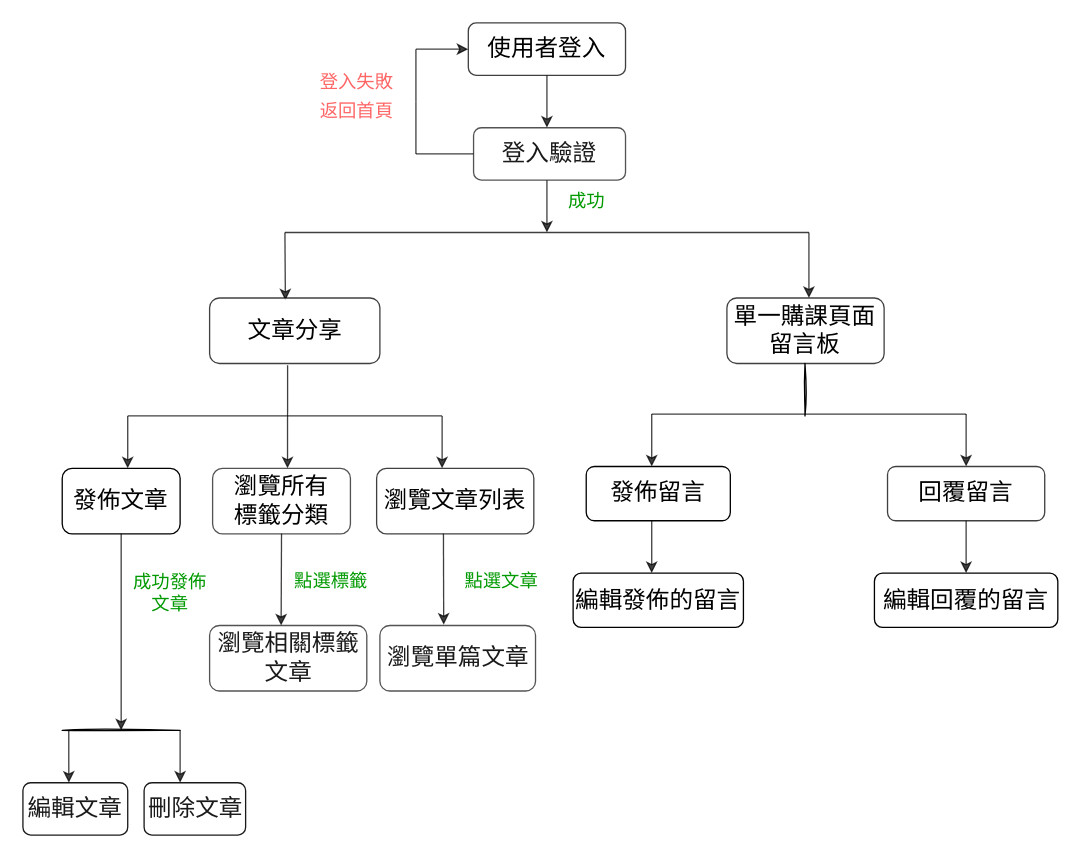
Above: manual/workflow/互動平台流程圖.drawio in IIIEDUG02/SpecialTopic (draw.io), before the change. Source tidied: cells renumbered, new cells numbered last; positions are measured from the earlier drawing's top-left corner, leaving out a move shared by most shapes. Both pictures are drawn from the tidied source at 131%, with x=0, y=0 at pixel (22, 22).
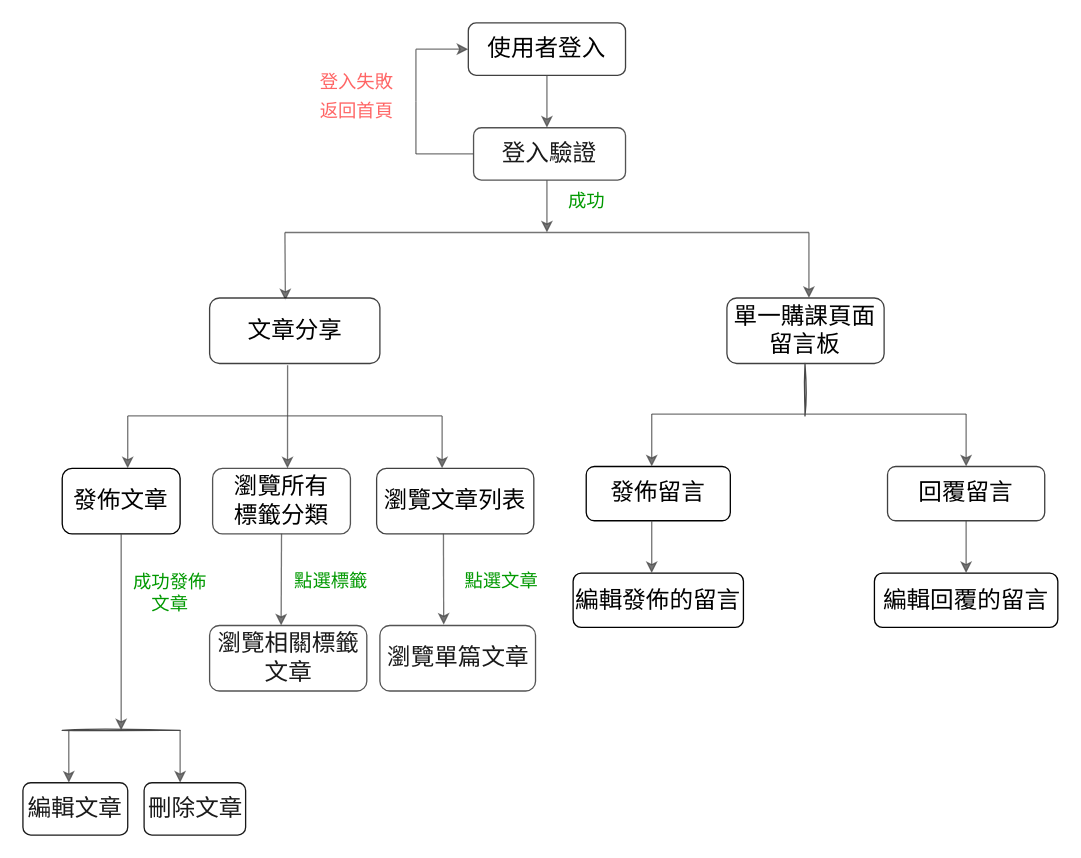
After the change.

The change refers to these unchanged cells:
```xml
<mxCell id="2" value="&lt;font style=&quot;font-size: 18px&quot;&gt;使用者登入&lt;/font&gt;" style="rounded=1;whiteSpace=wrap;html=1;opacity=75;" parent="1" vertex="1">
  <mxGeometry x="340" width="120" height="40" as="geometry" />
</mxCell>
<mxCell id="5" value="文章分享" style="rounded=1;whiteSpace=wrap;html=1;fontSize=18;opacity=75;" parent="1" vertex="1">
  <mxGeometry x="142.5" y="210" width="130" height="50" as="geometry" />
</mxCell>
<mxCell id="8" value="&lt;font style=&quot;font-size: 18px&quot;&gt;發佈文章&lt;/font&gt;" style="rounded=1;whiteSpace=wrap;html=1;fontSize=18;" parent="1" vertex="1">
  <mxGeometry x="30" y="340" width="90" height="50" as="geometry" />
</mxCell>
<mxCell id="18" value="&lt;font color=&quot;#1a1a1a&quot;&gt;登入驗證&lt;/font&gt;" style="rounded=1;whiteSpace=wrap;html=1;fontSize=18;fontColor=#FF3333;strokeColor=#1A1A1A;fillColor=#FFFFFF;opacity=75;" parent="1" vertex="1">
  <mxGeometry x="344" y="80" width="116" height="40" as="geometry" />
</mxCell>
<mxCell id="21" value="&lt;font color=&quot;#1a1a1a&quot;&gt;瀏覽單篇文章&lt;/font&gt;" style="rounded=1;whiteSpace=wrap;html=1;fontSize=18;fontColor=#FF6666;strokeColor=#1A1A1A;fillColor=#FFFFFF;opacity=75;" parent="1" vertex="1">
  <mxGeometry x="272.5" y="460" width="118.8" height="50" as="geometry" />
</mxCell>
<mxCell id="23" value="&lt;font style=&quot;font-size: 18px&quot; color=&quot;#000000&quot;&gt;瀏覽所有&lt;br&gt;標籤分類&lt;/font&gt;" style="rounded=1;whiteSpace=wrap;html=1;fontSize=18;fontColor=#FF6666;strokeColor=#1A1A1A;fillColor=#FFFFFF;opacity=75;" parent="1" vertex="1">
  <mxGeometry x="144.8" y="340" width="105.2" height="50" as="geometry" />
</mxCell>
<mxCell id="29" value="&lt;font style=&quot;font-size: 18px&quot;&gt;編輯文章&lt;/font&gt;" style="rounded=1;whiteSpace=wrap;html=1;fontSize=18;fontColor=#1A1A1A;strokeColor=#1A1A1A;fillColor=#FFFFFF;" parent="1" vertex="1">
  <mxGeometry y="580" width="80" height="40" as="geometry" />
</mxCell>
```

What changed in the source:
```diff
@@
-    <mxCell id="3" style="endArrow=none;html=1;rounded=0;fontSize=18;opacity=75;" parent="1" edge="1">
+    <mxCell id="3" style="endArrow=none;html=1;rounded=0;fontSize=18;opacity=75;strokeColor=#474747;" parent="1" edge="1">
       <mxGeometry relative="1" as="geometry">
         <mxPoint x="200" y="160" as="sourcePoint" />
         <mxPoint x="600" y="160" as="targetPoint" />
       </mxGeometry>
     </mxCell>
-    <mxCell id="4" style="endArrow=classic;html=1;rounded=0;fontSize=18;entryX=0.445;entryY=0.036;entryDx=0;entryDy=0;entryPerimeter=0;opacity=75;" parent="1" edge="1" target="5">
+    <mxCell id="4" style="endArrow=classic;html=1;rounded=0;fontSize=18;entryX=0.445;entryY=0.036;entryDx=0;entryDy=0;entryPerimeter=0;opacity=75;strokeColor=#474747;" parent="1" edge="1" target="5">
       <mxGeometry relative="1" as="geometry">
         <mxPoint x="200" y="160" as="sourcePoint" />
       </mxGeometry>
     </mxCell>
@@
-    <mxCell id="9" style="endArrow=classic;html=1;rounded=0;fontSize=18;opacity=75;" parent="1" edge="1">
+    <mxCell id="9" style="endArrow=classic;html=1;rounded=0;fontSize=18;opacity=75;strokeColor=#474747;" parent="1" edge="1">
       <mxGeometry relative="1" as="geometry">
         <mxPoint x="320" y="300" as="sourcePoint" />
         <mxPoint x="320" y="340" as="targetPoint" />
       </mxGeometry>
     </mxCell>
-    <mxCell id="10" style="endArrow=none;html=1;rounded=0;fontSize=18;opacity=75;" parent="1" edge="1">
+    <mxCell id="10" style="endArrow=none;html=1;rounded=0;fontSize=18;opacity=75;strokeColor=#474747;" parent="1" edge="1">
       <mxGeometry relative="1" as="geometry">
         <mxPoint x="80" y="300" as="sourcePoint" />
         <mxPoint x="320" y="300" as="targetPoint" />
       </mxGeometry>
     </mxCell>
-    <mxCell id="11" style="endArrow=classic;html=1;rounded=0;fontSize=18;opacity=75;" parent="1" edge="1">
+    <mxCell id="11" style="endArrow=classic;html=1;rounded=0;fontSize=18;opacity=75;strokeColor=#474747;" parent="1" edge="1">
       <mxGeometry relative="1" as="geometry">
         <mxPoint x="80" y="300" as="sourcePoint" />
         <mxPoint x="80" y="340" as="targetPoint" />
       </mxGeometry>
     </mxCell>
@@
-    <mxCell id="13" style="endArrow=classic;html=1;rounded=0;fontSize=18;opacity=75;" parent="1" edge="1">
+    <mxCell id="13" style="endArrow=classic;html=1;rounded=0;fontSize=18;opacity=75;strokeColor=#474747;" parent="1" edge="1">
       <mxGeometry relative="1" as="geometry">
         <mxPoint x="300" y="20" as="sourcePoint" />
         <mxPoint x="340" y="20" as="targetPoint" />
       </mxGeometry>
     </mxCell>
-    <mxCell id="14" style="endArrow=none;html=1;rounded=0;fontSize=18;opacity=75;" parent="1" edge="1">
+    <mxCell id="14" style="endArrow=none;html=1;rounded=0;fontSize=18;opacity=75;strokeColor=#474747;" parent="1" edge="1">
       <mxGeometry relative="1" as="geometry">
         <mxPoint x="300" y="60" as="sourcePoint" />
         <mxPoint x="300" y="100" as="targetPoint" />
       </mxGeometry>
     </mxCell>
-    <mxCell id="15" style="endArrow=none;html=1;rounded=0;fontSize=18;opacity=75;" parent="1" edge="1">
+    <mxCell id="15" style="endArrow=none;html=1;rounded=0;fontSize=18;opacity=75;strokeColor=#4A4A4A;" parent="1" edge="1">
       <mxGeometry relative="1" as="geometry">
         <mxPoint x="300" y="60" as="sourcePoint" />
         <mxPoint x="300" y="20" as="targetPoint" />
       </mxGeometry>
     </mxCell>
@@
-    <mxCell id="17" style="endArrow=classic;html=1;rounded=0;fontSize=18;fontColor=#FF3333;exitX=0.5;exitY=1;exitDx=0;exitDy=0;opacity=75;" parent="1" edge="1" source="2">
+    <mxCell id="17" style="endArrow=classic;html=1;rounded=0;fontSize=18;fontColor=#FF3333;exitX=0.5;exitY=1;exitDx=0;exitDy=0;opacity=75;strokeColor=#474747;" parent="1" edge="1" source="2">
       <mxGeometry relative="1" as="geometry">
         <mxPoint x="400" y="80" as="targetPoint" />
       </mxGeometry>
     </mxCell>
@@
-    <mxCell id="19" style="endArrow=classic;html=1;rounded=0;fontSize=18;fontColor=#FF3333;opacity=75;" parent="1" edge="1">
+    <mxCell id="19" style="endArrow=classic;html=1;rounded=0;fontSize=18;fontColor=#FF3333;opacity=75;strokeColor=#474747;" parent="1" edge="1">
       <mxGeometry relative="1" as="geometry">
         <mxPoint x="400" y="120" as="sourcePoint" />
         <mxPoint x="400" y="160" as="targetPoint" />
       </mxGeometry>
     </mxCell>
-    <mxCell id="20" style="endArrow=none;html=1;rounded=0;fontSize=18;fontColor=#1A1A1A;entryX=0;entryY=0.5;entryDx=0;entryDy=0;opacity=75;" parent="1" edge="1" target="18">
+    <mxCell id="20" style="endArrow=none;html=1;rounded=0;fontSize=18;fontColor=#1A1A1A;entryX=0;entryY=0.5;entryDx=0;entryDy=0;opacity=75;strokeColor=#474747;" parent="1" edge="1" target="18">
       <mxGeometry relative="1" as="geometry">
         <mxPoint x="300" y="100" as="sourcePoint" />
       </mxGeometry>
     </mxCell>
@@
-    <mxCell id="22" style="endArrow=classic;html=1;rounded=0;fontSize=18;fontColor=#FF6666;exitX=0.458;exitY=1.028;exitDx=0;exitDy=0;exitPerimeter=0;opacity=75;" parent="1" edge="1" source="5">
+    <mxCell id="22" style="endArrow=classic;html=1;rounded=0;fontSize=18;fontColor=#FF6666;exitX=0.458;exitY=1.028;exitDx=0;exitDy=0;exitPerimeter=0;opacity=75;strokeColor=#474747;" parent="1" edge="1" source="5">
       <mxGeometry relative="1" as="geometry">
         <mxPoint x="202" y="340" as="targetPoint" />
       </mxGeometry>
     </mxCell>
@@
-    <mxCell id="24" style="endArrow=classic;html=1;rounded=0;fontSize=18;fontColor=#1A1A1A;entryX=0.41;entryY=-0.012;entryDx=0;entryDy=0;entryPerimeter=0;opacity=75;" parent="1" edge="1" target="21">
+    <mxCell id="24" style="endArrow=classic;html=1;rounded=0;fontSize=18;fontColor=#1A1A1A;entryX=0.41;entryY=-0.012;entryDx=0;entryDy=0;entryPerimeter=0;opacity=75;strokeColor=#474747;" parent="1" edge="1" target="21">
       <mxGeometry relative="1" as="geometry">
         <mxPoint x="321" y="390" as="sourcePoint" />
       </mxGeometry>
     </mxCell>
@@
-    <mxCell id="26" style="endArrow=classic;html=1;rounded=0;fontSize=18;fontColor=#1A1A1A;exitX=0.5;exitY=1;exitDx=0;exitDy=0;opacity=75;" parent="1" edge="1" source="23">
+    <mxCell id="26" style="endArrow=classic;html=1;rounded=0;fontSize=18;fontColor=#1A1A1A;exitX=0.5;exitY=1;exitDx=0;exitDy=0;opacity=75;strokeColor=#474747;" parent="1" edge="1" source="23">
       <mxGeometry relative="1" as="geometry">
         <mxPoint x="197.1" y="460" as="targetPoint" />
       </mxGeometry>
     </mxCell>
@@
-    <mxCell id="30" style="endArrow=none;html=1;rounded=0;sketch=1;fontSize=18;fontColor=#1A1A1A;" parent="1" edge="1">
+    <mxCell id="30" style="endArrow=none;html=1;rounded=0;sketch=1;fontSize=18;fontColor=#1A1A1A;strokeColor=#474747;" parent="1" edge="1">
       <mxGeometry relative="1" as="geometry">
         <mxPoint x="30" y="540" as="sourcePoint" />
         <mxPoint x="120" y="540" as="targetPoint" />
       </mxGeometry>
     </mxCell>
-    <mxCell id="31" style="endArrow=classic;html=1;rounded=0;fontSize=18;opacity=75;entryX=0.438;entryY=0;entryDx=0;entryDy=0;entryPerimeter=0;" parent="1" edge="1" target="29">
+    <mxCell id="31" style="endArrow=classic;html=1;rounded=0;fontSize=18;opacity=75;entryX=0.438;entryY=0;entryDx=0;entryDy=0;entryPerimeter=0;strokeColor=#474747;" parent="1" edge="1" target="29">
       <mxGeometry relative="1" as="geometry">
         <mxPoint x="35" y="540" as="sourcePoint" />
       </mxGeometry>
     </mxCell>
@@
-    <mxCell id="33" style="endArrow=classic;html=1;rounded=0;fontSize=18;fontColor=#1A1A1A;opacity=75;exitX=0.5;exitY=1;exitDx=0;exitDy=0;" parent="1" edge="1" source="8">
+    <mxCell id="33" style="endArrow=classic;html=1;rounded=0;fontSize=18;fontColor=#1A1A1A;opacity=75;exitX=0.5;exitY=1;exitDx=0;exitDy=0;strokeColor=#474747;" parent="1" edge="1" source="8">
       <mxGeometry relative="1" as="geometry">
         <mxPoint x="75" y="540" as="targetPoint" />
       </mxGeometry>
     </mxCell>
-    <mxCell id="34" style="endArrow=classic;html=1;rounded=0;fontSize=18;opacity=75;" parent="1" edge="1">
+    <mxCell id="34" style="endArrow=classic;html=1;rounded=0;fontSize=18;opacity=75;strokeColor=#474747;" parent="1" edge="1">
       <mxGeometry relative="1" as="geometry">
         <mxPoint x="120" y="540" as="sourcePoint" />
         <mxPoint x="120" y="580" as="targetPoint" />
       </mxGeometry>
     </mxCell>
@@
-    <mxCell id="38" style="endArrow=classic;html=1;rounded=0;fontSize=18;opacity=75;" parent="1" edge="1">
+    <mxCell id="38" style="endArrow=classic;html=1;rounded=0;fontSize=18;opacity=75;strokeColor=#474747;" parent="1" edge="1">
       <mxGeometry relative="1" as="geometry">
         <mxPoint x="720" y="298.6" as="sourcePoint" />
         <mxPoint x="720" y="338.6" as="targetPoint" />
       </mxGeometry>
     </mxCell>
-    <mxCell id="39" style="endArrow=none;html=1;rounded=0;fontSize=18;opacity=75;" parent="1" edge="1">
+    <mxCell id="39" style="endArrow=none;html=1;rounded=0;fontSize=18;opacity=75;strokeColor=#474747;" parent="1" edge="1">
       <mxGeometry relative="1" as="geometry">
         <mxPoint x="480" y="298.6" as="sourcePoint" />
         <mxPoint x="720" y="298.6" as="targetPoint" />
       </mxGeometry>
     </mxCell>
-    <mxCell id="40" style="endArrow=classic;html=1;rounded=0;fontSize=18;opacity=75;" parent="1" edge="1">
+    <mxCell id="40" style="endArrow=classic;html=1;rounded=0;fontSize=18;opacity=75;strokeColor=#474747;" parent="1" edge="1">
       <mxGeometry relative="1" as="geometry">
         <mxPoint x="480" y="298.6" as="sourcePoint" />
         <mxPoint x="480" y="338.6" as="targetPoint" />
       </mxGeometry>
     </mxCell>
-    <mxCell id="41" style="endArrow=classic;html=1;rounded=0;fontSize=18;opacity=75;" parent="1" edge="1">
+    <mxCell id="41" style="endArrow=classic;html=1;rounded=0;fontSize=18;opacity=75;strokeColor=#474747;" parent="1" edge="1">
       <mxGeometry relative="1" as="geometry">
         <mxPoint x="600" y="160" as="sourcePoint" />
         <mxPoint x="600" y="210" as="targetPoint" />
       </mxGeometry>
     </mxCell>
-    <mxCell id="42" style="endArrow=none;html=1;rounded=0;sketch=1;fontSize=14;fontColor=#009900;" parent="1" edge="1">
+    <mxCell id="42" style="endArrow=none;html=1;rounded=0;sketch=1;fontSize=14;fontColor=#009900;strokeColor=#474747;" parent="1" edge="1">
       <mxGeometry relative="1" as="geometry">
         <mxPoint x="597" y="300" as="sourcePoint" />
         <mxPoint x="597" y="260" as="targetPoint" />
       </mxGeometry>
     </mxCell>
@@
-    <mxCell id="44" style="endArrow=classic;html=1;rounded=0;fontSize=18;opacity=75;" parent="1" edge="1">
+    <mxCell id="44" style="endArrow=classic;html=1;rounded=0;fontSize=18;opacity=75;strokeColor=#474747;" parent="1" edge="1">
       <mxGeometry relative="1" as="geometry">
         <mxPoint x="480" y="380" as="sourcePoint" />
         <mxPoint x="480" y="420" as="targetPoint" />
       </mxGeometry>
     </mxCell>
@@
-    <mxCell id="46" style="endArrow=classic;html=1;rounded=0;fontSize=18;opacity=75;" parent="1" edge="1">
+    <mxCell id="46" style="endArrow=classic;html=1;rounded=0;fontSize=18;opacity=75;strokeColor=#474747;" parent="1" edge="1">
       <mxGeometry relative="1" as="geometry">
         <mxPoint x="720" y="380" as="sourcePoint" />
         <mxPoint x="720" y="420" as="targetPoint" />
       </mxGeometry>
     </mxCell>
```
